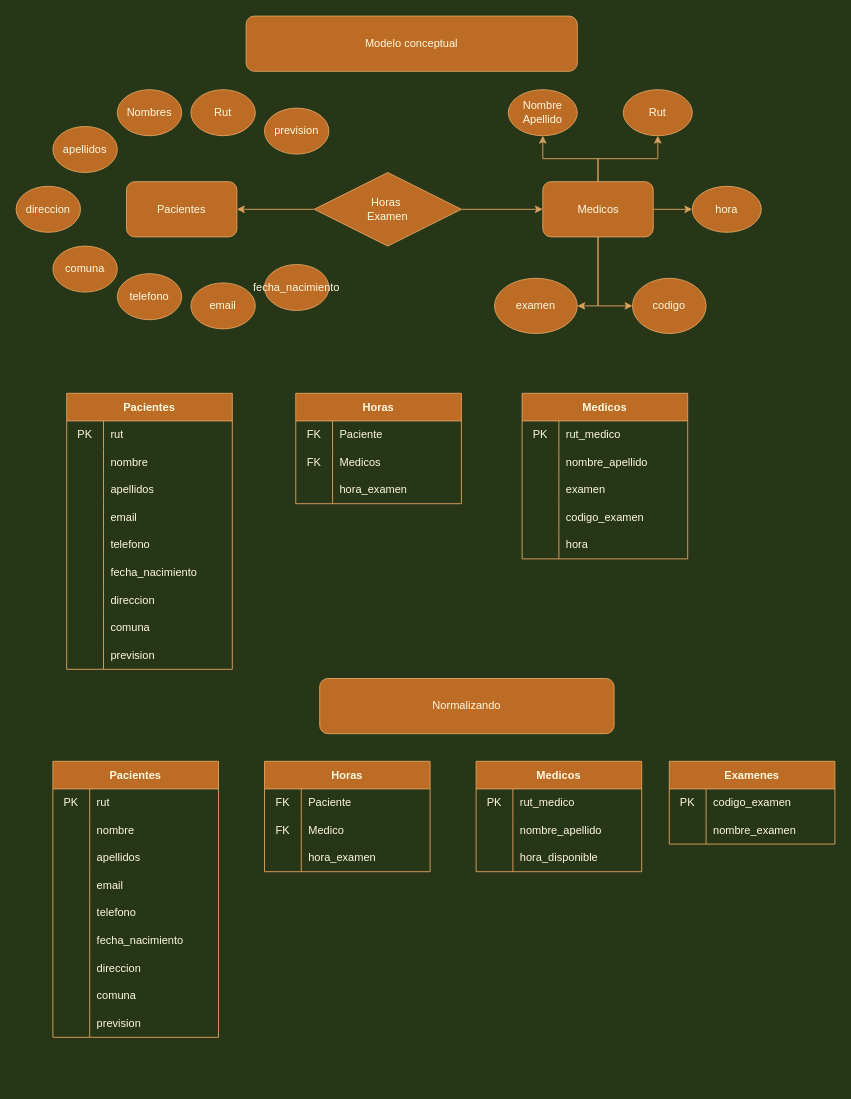
Above: Untitled Diagram.drawio in LinkCL001/Proyecto_Full_Stack_JavaScript (draw.io), before the change. Source tidied: cells renumbered, new cells numbered last; positions are measured from the earlier drawing's top-left corner, leaving out a move shared by most shapes. Both pictures are drawn from the tidied source at 92%, with x=0, y=0 at pixel (16, 16).
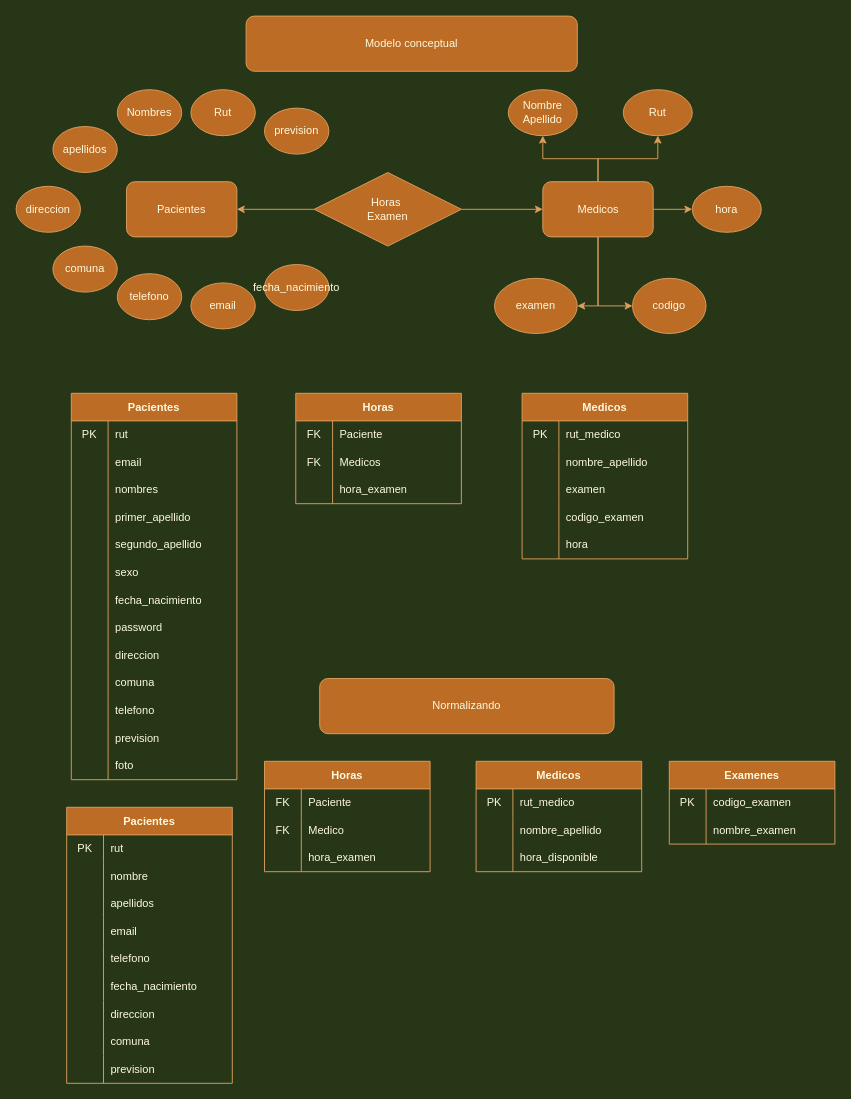
After the change.

The edit, as a diff of the source:
```diff
@@
     <mxCell id="27" value="Pacientes" style="shape=table;startSize=30;childLayout=tableLayout;rowLines=0;fontStyle=1;fillColor=#BC6C25;strokeColor=#DDA15E;fontColor=#FEFAE0;" parent="1" vertex="1">
-      <mxGeometry x="55" y="410" width="180" height="300" as="geometry" />
+      <mxGeometry x="60" y="410" width="180" height="420" as="geometry" />
     </mxCell>
@@
+    <mxCell id="37" style="shape=tableRow;horizontal=0;startSize=0;swimlaneHead=0;swimlaneBody=0;top=0;left=0;bottom=0;right=0;fillColor=none;strokeColor=#DDA15E;fontColor=#FEFAE0;" parent="27" vertex="1">
+      <mxGeometry y="60" width="180" height="30" as="geometry" />
+    </mxCell>
+    <mxCell id="38" style="shape=partialRectangle;html=1;whiteSpace=wrap;fillColor=none;top=0;left=0;bottom=0;right=0;overflow=hidden;strokeColor=#DDA15E;fontColor=#FEFAE0;" parent="37" vertex="1">
+      <mxGeometry width="40" height="30" as="geometry" />
+    </mxCell>
+    <mxCell id="39" value="email" style="shape=partialRectangle;html=1;whiteSpace=wrap;fillColor=none;top=0;left=0;bottom=0;right=0;align=left;spacingLeft=6;overflow=hidden;strokeColor=#DDA15E;fontColor=#FEFAE0;" parent="37" vertex="1">
+      <mxGeometry x="40" width="140" height="30" as="geometry" />
+    </mxCell>
     <mxCell id="31" style="shape=tableRow;horizontal=0;startSize=0;swimlaneHead=0;swimlaneBody=0;top=0;left=0;bottom=0;right=0;fillColor=none;strokeColor=#DDA15E;fontColor=#FEFAE0;" parent="27" vertex="1">
-      <mxGeometry y="60" width="180" height="30" as="geometry" />
+      <mxGeometry y="90" width="180" height="30" as="geometry" />
     </mxCell>
@@
-    <mxCell id="33" value="nombre" style="shape=partialRectangle;html=1;whiteSpace=wrap;fillColor=none;top=0;left=0;bottom=0;right=0;align=left;spacingLeft=6;overflow=hidden;strokeColor=#DDA15E;fontColor=#FEFAE0;" parent="31" vertex="1">
+    <mxCell id="33" value="nombres" style="shape=partialRectangle;html=1;whiteSpace=wrap;fillColor=none;top=0;left=0;bottom=0;right=0;align=left;spacingLeft=6;overflow=hidden;strokeColor=#DDA15E;fontColor=#FEFAE0;" parent="31" vertex="1">
       <mxGeometry x="40" width="140" height="30" as="geometry" />
     </mxCell>
+    <mxCell id="137" style="shape=tableRow;horizontal=0;startSize=0;swimlaneHead=0;swimlaneBody=0;top=0;left=0;bottom=0;right=0;fillColor=none;strokeColor=#DDA15E;fontColor=#FEFAE0;" parent="27" vertex="1">
+      <mxGeometry y="120" width="180" height="30" as="geometry" />
+    </mxCell>
+    <mxCell id="138" style="shape=partialRectangle;html=1;whiteSpace=wrap;fillColor=none;top=0;left=0;bottom=0;right=0;overflow=hidden;strokeColor=#DDA15E;fontColor=#FEFAE0;" parent="137" vertex="1">
+      <mxGeometry width="40" height="30" as="geometry" />
+    </mxCell>
+    <mxCell id="139" value="primer_apellido" style="shape=partialRectangle;html=1;whiteSpace=wrap;fillColor=none;top=0;left=0;bottom=0;right=0;align=left;spacingLeft=6;overflow=hidden;strokeColor=#DDA15E;fontColor=#FEFAE0;" parent="137" vertex="1">
+      <mxGeometry x="40" width="140" height="30" as="geometry" />
+    </mxCell>
     <mxCell id="34" style="shape=tableRow;horizontal=0;startSize=0;swimlaneHead=0;swimlaneBody=0;top=0;left=0;bottom=0;right=0;fillColor=none;strokeColor=#DDA15E;fontColor=#FEFAE0;" parent="27" vertex="1">
-      <mxGeometry y="90" width="180" height="30" as="geometry" />
+      <mxGeometry y="150" width="180" height="30" as="geometry" />
     </mxCell>
@@
-    <mxCell id="36" value="apellidos" style="shape=partialRectangle;html=1;whiteSpace=wrap;fillColor=none;top=0;left=0;bottom=0;right=0;align=left;spacingLeft=6;overflow=hidden;strokeColor=#DDA15E;fontColor=#FEFAE0;" parent="34" vertex="1">
+    <mxCell id="36" value="segundo_apellido" style="shape=partialRectangle;html=1;whiteSpace=wrap;fillColor=none;top=0;left=0;bottom=0;right=0;align=left;spacingLeft=6;overflow=hidden;strokeColor=#DDA15E;fontColor=#FEFAE0;" parent="34" vertex="1">
       <mxGeometry x="40" width="140" height="30" as="geometry" />
     </mxCell>
-    <mxCell id="37" style="shape=tableRow;horizontal=0;startSize=0;swimlaneHead=0;swimlaneBody=0;top=0;left=0;bottom=0;right=0;fillColor=none;strokeColor=#DDA15E;fontColor=#FEFAE0;" parent="27" vertex="1">
-      <mxGeometry y="120" width="180" height="30" as="geometry" />
-    </mxCell>
-    <mxCell id="38" style="shape=partialRectangle;html=1;whiteSpace=wrap;fillColor=none;top=0;left=0;bottom=0;right=0;overflow=hidden;strokeColor=#DDA15E;fontColor=#FEFAE0;" parent="37" vertex="1">
-      <mxGeometry width="40" height="30" as="geometry" />
-    </mxCell>
-    <mxCell id="39" value="email" style="shape=partialRectangle;html=1;whiteSpace=wrap;fillColor=none;top=0;left=0;bottom=0;right=0;align=left;spacingLeft=6;overflow=hidden;strokeColor=#DDA15E;fontColor=#FEFAE0;" parent="37" vertex="1">
-      <mxGeometry x="40" width="140" height="30" as="geometry" />
-    </mxCell>
-    <mxCell id="40" style="shape=tableRow;horizontal=0;startSize=0;swimlaneHead=0;swimlaneBody=0;top=0;left=0;bottom=0;right=0;fillColor=none;strokeColor=#DDA15E;fontColor=#FEFAE0;" parent="27" vertex="1">
-      <mxGeometry y="150" width="180" height="30" as="geometry" />
-    </mxCell>
-    <mxCell id="41" style="shape=partialRectangle;html=1;whiteSpace=wrap;fillColor=none;top=0;left=0;bottom=0;right=0;overflow=hidden;strokeColor=#DDA15E;fontColor=#FEFAE0;" parent="40" vertex="1">
-      <mxGeometry width="40" height="30" as="geometry" />
-    </mxCell>
-    <mxCell id="42" value="telefono" style="shape=partialRectangle;html=1;whiteSpace=wrap;fillColor=none;top=0;left=0;bottom=0;right=0;align=left;spacingLeft=6;overflow=hidden;strokeColor=#DDA15E;fontColor=#FEFAE0;" parent="40" vertex="1">
-      <mxGeometry x="40" width="140" height="30" as="geometry" />
-    </mxCell>
+    <mxCell id="140" style="shape=tableRow;horizontal=0;startSize=0;swimlaneHead=0;swimlaneBody=0;top=0;left=0;bottom=0;right=0;fillColor=none;strokeColor=#DDA15E;fontColor=#FEFAE0;" parent="27" vertex="1">
+      <mxGeometry y="180" width="180" height="30" as="geometry" />
+    </mxCell>
+    <mxCell id="141" style="shape=partialRectangle;html=1;whiteSpace=wrap;fillColor=none;top=0;left=0;bottom=0;right=0;overflow=hidden;strokeColor=#DDA15E;fontColor=#FEFAE0;" parent="140" vertex="1">
+      <mxGeometry width="40" height="30" as="geometry" />
+    </mxCell>
+    <mxCell id="142" value="sexo" style="shape=partialRectangle;html=1;whiteSpace=wrap;fillColor=none;top=0;left=0;bottom=0;right=0;align=left;spacingLeft=6;overflow=hidden;strokeColor=#DDA15E;fontColor=#FEFAE0;" parent="140" vertex="1">
+      <mxGeometry x="40" width="140" height="30" as="geometry" />
+    </mxCell>
     <mxCell id="43" style="shape=tableRow;horizontal=0;startSize=0;swimlaneHead=0;swimlaneBody=0;top=0;left=0;bottom=0;right=0;fillColor=none;strokeColor=#DDA15E;fontColor=#FEFAE0;" parent="27" vertex="1">
-      <mxGeometry y="180" width="180" height="30" as="geometry" />
+      <mxGeometry y="210" width="180" height="30" as="geometry" />
     </mxCell>
@@
+    <mxCell id="143" style="shape=tableRow;horizontal=0;startSize=0;swimlaneHead=0;swimlaneBody=0;top=0;left=0;bottom=0;right=0;fillColor=none;strokeColor=#DDA15E;fontColor=#FEFAE0;" parent="27" vertex="1">
+      <mxGeometry y="240" width="180" height="30" as="geometry" />
+    </mxCell>
+    <mxCell id="144" style="shape=partialRectangle;html=1;whiteSpace=wrap;fillColor=none;top=0;left=0;bottom=0;right=0;overflow=hidden;strokeColor=#DDA15E;fontColor=#FEFAE0;" parent="143" vertex="1">
+      <mxGeometry width="40" height="30" as="geometry" />
+    </mxCell>
+    <mxCell id="145" value="password" style="shape=partialRectangle;html=1;whiteSpace=wrap;fillColor=none;top=0;left=0;bottom=0;right=0;align=left;spacingLeft=6;overflow=hidden;strokeColor=#DDA15E;fontColor=#FEFAE0;" parent="143" vertex="1">
+      <mxGeometry x="40" width="140" height="30" as="geometry" />
+    </mxCell>
     <mxCell id="46" style="shape=tableRow;horizontal=0;startSize=0;swimlaneHead=0;swimlaneBody=0;top=0;left=0;bottom=0;right=0;fillColor=none;strokeColor=#DDA15E;fontColor=#FEFAE0;" parent="27" vertex="1">
-      <mxGeometry y="210" width="180" height="30" as="geometry" />
+      <mxGeometry y="270" width="180" height="30" as="geometry" />
     </mxCell>
@@
     <mxCell id="49" style="shape=tableRow;horizontal=0;startSize=0;swimlaneHead=0;swimlaneBody=0;top=0;left=0;bottom=0;right=0;fillColor=none;strokeColor=#DDA15E;fontColor=#FEFAE0;" parent="27" vertex="1">
-      <mxGeometry y="240" width="180" height="30" as="geometry" />
+      <mxGeometry y="300" width="180" height="30" as="geometry" />
     </mxCell>
@@
+    <mxCell id="40" style="shape=tableRow;horizontal=0;startSize=0;swimlaneHead=0;swimlaneBody=0;top=0;left=0;bottom=0;right=0;fillColor=none;strokeColor=#DDA15E;fontColor=#FEFAE0;" parent="27" vertex="1">
+      <mxGeometry y="330" width="180" height="30" as="geometry" />
+    </mxCell>
+    <mxCell id="41" style="shape=partialRectangle;html=1;whiteSpace=wrap;fillColor=none;top=0;left=0;bottom=0;right=0;overflow=hidden;strokeColor=#DDA15E;fontColor=#FEFAE0;" parent="40" vertex="1">
+      <mxGeometry width="40" height="30" as="geometry" />
+    </mxCell>
+    <mxCell id="42" value="telefono" style="shape=partialRectangle;html=1;whiteSpace=wrap;fillColor=none;top=0;left=0;bottom=0;right=0;align=left;spacingLeft=6;overflow=hidden;strokeColor=#DDA15E;fontColor=#FEFAE0;" parent="40" vertex="1">
+      <mxGeometry x="40" width="140" height="30" as="geometry" />
+    </mxCell>
     <mxCell id="52" style="shape=tableRow;horizontal=0;startSize=0;swimlaneHead=0;swimlaneBody=0;top=0;left=0;bottom=0;right=0;fillColor=none;strokeColor=#DDA15E;fontColor=#FEFAE0;" parent="27" vertex="1">
-      <mxGeometry y="270" width="180" height="30" as="geometry" />
+      <mxGeometry y="360" width="180" height="30" as="geometry" />
     </mxCell>
@@
+    <mxCell id="146" style="shape=tableRow;horizontal=0;startSize=0;swimlaneHead=0;swimlaneBody=0;top=0;left=0;bottom=0;right=0;fillColor=none;strokeColor=#DDA15E;fontColor=#FEFAE0;" parent="27" vertex="1">
+      <mxGeometry y="390" width="180" height="30" as="geometry" />
+    </mxCell>
+    <mxCell id="147" style="shape=partialRectangle;html=1;whiteSpace=wrap;fillColor=none;top=0;left=0;bottom=0;right=0;overflow=hidden;strokeColor=#DDA15E;fontColor=#FEFAE0;" parent="146" vertex="1">
+      <mxGeometry width="40" height="30" as="geometry" />
+    </mxCell>
+    <mxCell id="148" value="foto" style="shape=partialRectangle;html=1;whiteSpace=wrap;fillColor=none;top=0;left=0;bottom=0;right=0;align=left;spacingLeft=6;overflow=hidden;strokeColor=#DDA15E;fontColor=#FEFAE0;" parent="146" vertex="1">
+      <mxGeometry x="40" width="140" height="30" as="geometry" />
+    </mxCell>
@@
     <mxCell id="82" value="Pacientes" style="shape=table;startSize=30;childLayout=tableLayout;rowLines=0;fontStyle=1;fillColor=#BC6C25;strokeColor=#DDA15E;fontColor=#FEFAE0;" parent="1" vertex="1">
-      <mxGeometry x="40" y="810" width="180" height="300" as="geometry" />
+      <mxGeometry x="55" y="860" width="180" height="300" as="geometry" />
     </mxCell>
```
